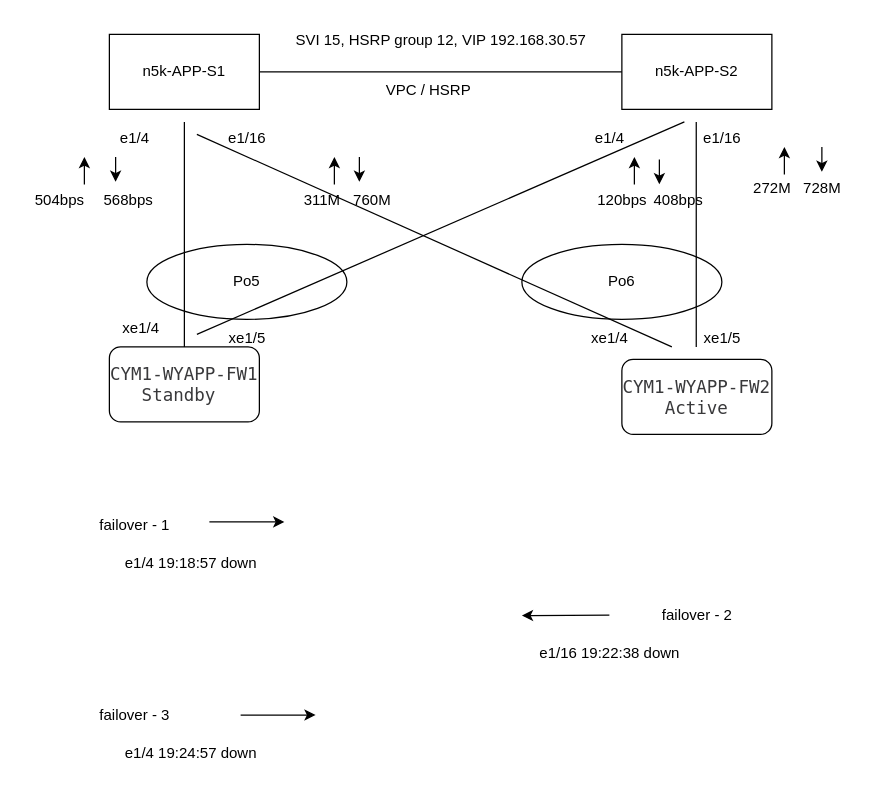
Before: Untitled Diagram.drawio in fushuang001/Cloud, a draw.io diagram. Source tidied: cells renumbered, new cells numbered last; positions are measured from the earlier drawing's top-left corner, leaving out a move shared by most shapes. Both pictures are drawn from the tidied source at 125%, with x=0, y=0 at pixel (21, 21).
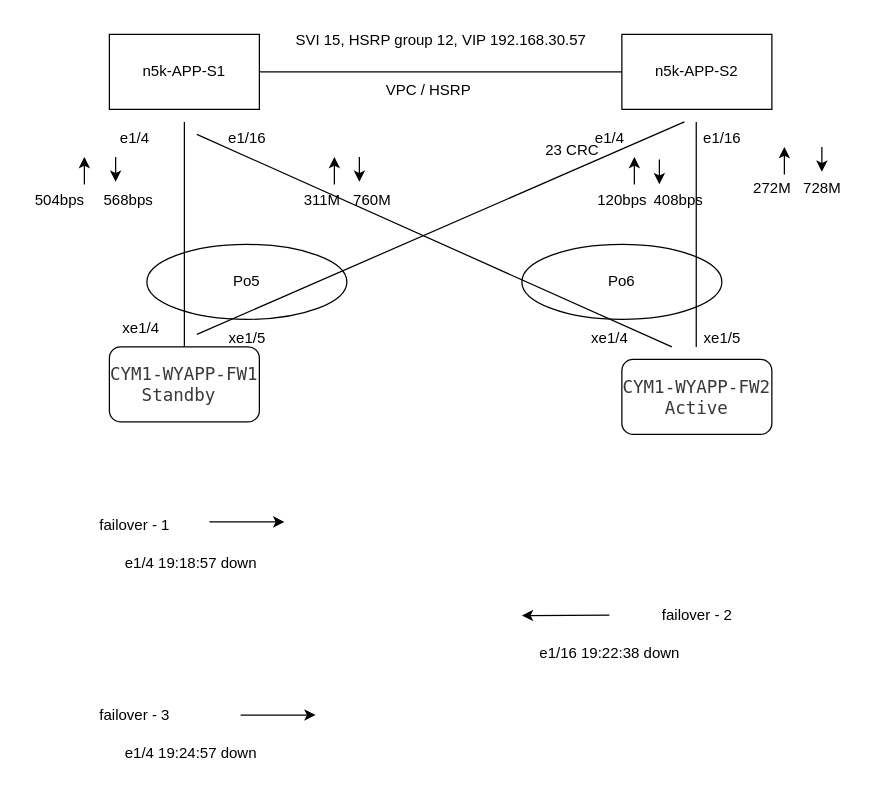
The same page after the edit.

The edit, as a diff of the source:
```diff
@@
+    <mxCell id="48" value="23 CRC" style="text;html=1;align=center;verticalAlign=middle;strokeColor=none;fillColor=none;" parent="1" vertex="1">
+      <mxGeometry x="405" y="88" width="70" height="30" as="geometry" />
+    </mxCell>
```
